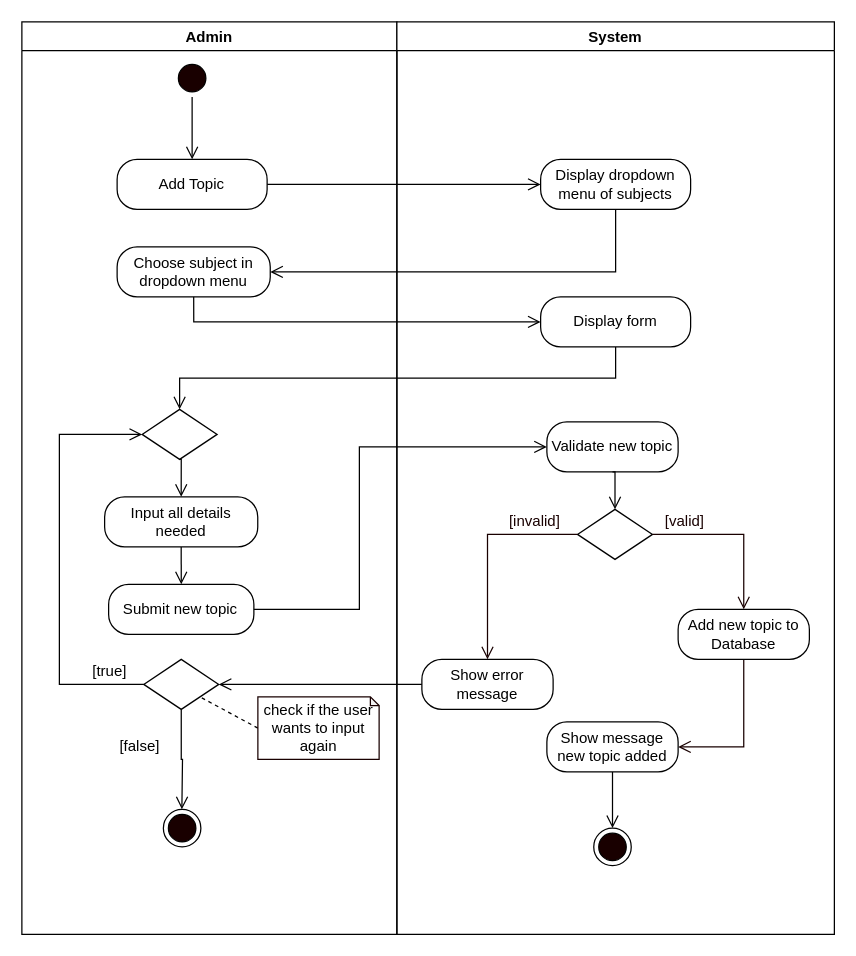
Above: page "Add Topic" (4 of 11) of REVISIONS/UML-DIAGRAMS/6-9-2021/ACTIVITY DIAGRAM/ACTIVITY DIAGRAM2.drawio in mrklglsn/CAPSTONE-FILES (draw.io), before the change. Source tidied: cells renumbered, new cells numbered last; positions are measured from the earlier drawing's top-left corner, leaving out a move shared by most shapes. Both pictures are drawn from the tidied source at 125%, with x=0, y=0 at pixel (21, 21).
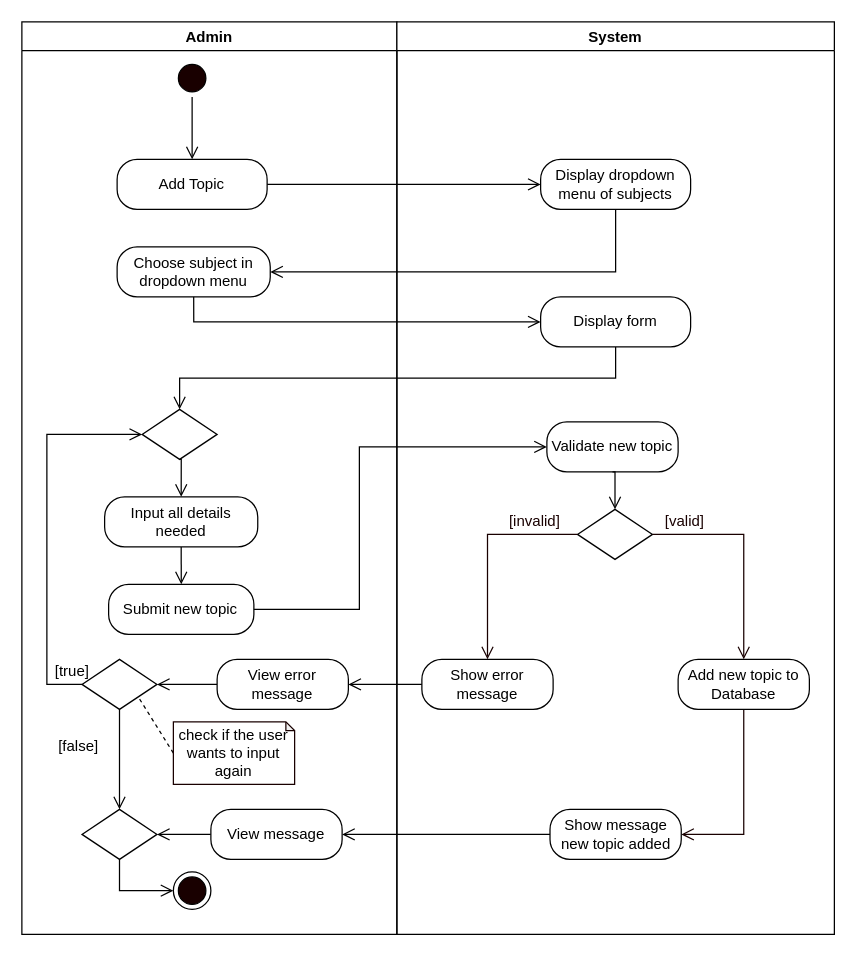
The same page after the edit.

Unchanged cells that the change refers to:
```xml
<mxCell id="2" value="Admin" style="swimlane;startSize=23;" parent="1" vertex="1">
  <mxGeometry width="300" height="730" as="geometry" />
</mxCell>
<mxCell id="10" style="rhombus;whiteSpace=wrap;html=1;" parent="2" vertex="1">
  <mxGeometry x="96.2" y="310" width="60" height="40" as="geometry" />
</mxCell>
<mxCell id="20" value="System" style="swimlane;" parent="1" vertex="1">
  <mxGeometry x="300" width="350" height="730" as="geometry" />
</mxCell>
<mxCell id="26" value="Show error message" style="rounded=1;whiteSpace=wrap;html=1;arcSize=40;" parent="20" vertex="1">
  <mxGeometry x="20" y="510" width="105" height="40" as="geometry" />
</mxCell>
```

What changed in the source:
```diff
@@
     <mxCell id="11" style="edgeStyle=orthogonalEdgeStyle;rounded=0;jettySize=auto;html=1;exitX=0;exitY=0.5;exitDx=0;exitDy=0;entryX=0;entryY=0.5;entryDx=0;entryDy=0;endArrow=open;endFill=0;endSize=8;" parent="2" edge="1" source="13" target="10">
       <mxGeometry relative="1" as="geometry">
         <Array as="points">
-          <mxPoint x="30" y="530" />
-          <mxPoint x="30" y="330" />
+          <mxPoint x="20" y="530" />
+          <mxPoint x="20" y="330" />
         </Array>
       </mxGeometry>
     </mxCell>
-    <mxCell id="12" style="edgeStyle=orthogonalEdgeStyle;rounded=0;jettySize=auto;html=1;exitX=0.5;exitY=1;exitDx=0;exitDy=0;endArrow=open;endFill=0;endSize=8;startArrow=none;" parent="2" edge="1" source="13">
-      <mxGeometry relative="1" as="geometry">
-        <mxPoint x="128" y="630" as="targetPoint" />
-      </mxGeometry>
+    <mxCell id="12" style="edgeStyle=orthogonalEdgeStyle;rounded=0;jettySize=auto;html=1;exitX=0.5;exitY=1;exitDx=0;exitDy=0;endArrow=open;endFill=0;endSize=8;startArrow=none;entryX=0.5;entryY=0;entryDx=0;entryDy=0;" parent="2" edge="1" source="13" target="47">
+      <mxGeometry relative="1" as="geometry" />
     </mxCell>
     <mxCell id="13" style="rhombus;whiteSpace=wrap;html=1;" parent="2" vertex="1">
-      <mxGeometry x="97.5" y="510" width="60" height="40" as="geometry" />
+      <mxGeometry x="48.1" y="510" width="60" height="40" as="geometry" />
     </mxCell>
     <mxCell id="14" value="[true]" style="text;html=1;align=center;verticalAlign=middle;strokeColor=none;" parent="2" vertex="1">
-      <mxGeometry x="50" y="510" width="40" height="20" as="geometry" />
+      <mxGeometry x="20" y="510" width="40" height="20" as="geometry" />
     </mxCell>
@@
     <mxCell id="16" value="check if the user wants to input again" style="shape=note;whiteSpace=wrap;html=1;backgroundOutline=1;darkOpacity=0.05;strokeColor=#190000;size=7;" parent="2" vertex="1">
-      <mxGeometry x="188.8" y="540" width="97" height="50" as="geometry" />
+      <mxGeometry x="121.2" y="560" width="97" height="50" as="geometry" />
     </mxCell>
     <mxCell id="17" value="[false]" style="text;html=1;align=center;verticalAlign=middle;strokeColor=none;" parent="2" vertex="1">
-      <mxGeometry x="69.4" y="570" width="50" height="20" as="geometry" />
+      <mxGeometry x="20" y="570" width="50" height="20" as="geometry" />
     </mxCell>
     <mxCell id="18" style="ellipse;html=1;shape=endState;fillColor=#190000;" parent="2" vertex="1">
-      <mxGeometry x="113.2" y="630" width="30" height="30" as="geometry" />
+      <mxGeometry x="121.2" y="680" width="30" height="30" as="geometry" />
     </mxCell>
@@
+    <mxCell id="42" style="edgeStyle=orthogonalEdgeStyle;rounded=0;jettySize=auto;html=1;exitX=0;exitY=0.5;exitDx=0;exitDy=0;endArrow=open;endFill=0;endSize=8;" parent="2" edge="1" source="43" target="13">
+      <mxGeometry relative="1" as="geometry" />
+    </mxCell>
+    <mxCell id="43" value="View error message" style="rounded=1;whiteSpace=wrap;html=1;arcSize=40;" parent="2" vertex="1">
+      <mxGeometry x="156.2" y="510" width="105" height="40" as="geometry" />
+    </mxCell>
+    <mxCell id="44" style="edgeStyle=orthogonalEdgeStyle;rounded=0;jettySize=auto;html=1;exitX=0;exitY=0.5;exitDx=0;exitDy=0;endArrow=open;endFill=0;endSize=8;" parent="2" edge="1" source="45" target="47">
+      <mxGeometry relative="1" as="geometry" />
+    </mxCell>
+    <mxCell id="45" value="View message" style="rounded=1;whiteSpace=wrap;html=1;arcSize=40;" parent="2" vertex="1">
+      <mxGeometry x="151.2" y="630" width="105" height="40" as="geometry" />
+    </mxCell>
+    <mxCell id="46" style="edgeStyle=orthogonalEdgeStyle;rounded=0;jettySize=auto;html=1;exitX=0.5;exitY=1;exitDx=0;exitDy=0;entryX=0;entryY=0.5;entryDx=0;entryDy=0;endArrow=open;endFill=0;endSize=8;" parent="2" edge="1" source="47" target="18">
+      <mxGeometry relative="1" as="geometry" />
+    </mxCell>
+    <mxCell id="47" style="rhombus;whiteSpace=wrap;html=1;" parent="2" vertex="1">
+      <mxGeometry x="48.1" y="630" width="60" height="40" as="geometry" />
+    </mxCell>
@@
     <mxCell id="28" value="Add new topic to Database" style="rounded=1;whiteSpace=wrap;html=1;arcSize=40;" parent="20" vertex="1">
-      <mxGeometry x="225" y="470" width="105" height="40" as="geometry" />
+      <mxGeometry x="225" y="510" width="105" height="40" as="geometry" />
     </mxCell>
@@
-    <mxCell id="31" style="edgeStyle=orthogonalEdgeStyle;rounded=0;jettySize=auto;html=1;exitX=0.5;exitY=1;exitDx=0;exitDy=0;entryX=0.5;entryY=0;entryDx=0;entryDy=0;endArrow=open;endFill=0;endSize=8;" parent="20" edge="1" source="32" target="34">
-      <mxGeometry relative="1" as="geometry" />
-    </mxCell>
     <mxCell id="32" value="Show message new topic added" style="rounded=1;whiteSpace=wrap;html=1;arcSize=40;" parent="20" vertex="1">
-      <mxGeometry x="120" y="560" width="105" height="40" as="geometry" />
+      <mxGeometry x="122.5" y="630" width="105" height="40" as="geometry" />
     </mxCell>
@@
-    <mxCell id="34" style="ellipse;html=1;shape=endState;fillColor=#190000;" parent="20" vertex="1">
-      <mxGeometry x="157.5" y="645" width="30" height="30" as="geometry" />
-    </mxCell>
@@
-    <mxCell id="39" style="edgeStyle=orthogonalEdgeStyle;rounded=0;jettySize=auto;html=1;exitX=0;exitY=0.5;exitDx=0;exitDy=0;entryX=1;entryY=0.5;entryDx=0;entryDy=0;endArrow=open;endFill=0;endSize=8;" parent="1" edge="1" source="26" target="13">
-      <mxGeometry relative="1" as="geometry" />
-    </mxCell>
@@
+    <mxCell id="48" style="edgeStyle=orthogonalEdgeStyle;rounded=0;jettySize=auto;html=1;exitX=0;exitY=0.5;exitDx=0;exitDy=0;endArrow=open;endFill=0;endSize=8;" parent="1" edge="1" source="26" target="43">
+      <mxGeometry relative="1" as="geometry" />
+    </mxCell>
+    <mxCell id="49" style="edgeStyle=orthogonalEdgeStyle;rounded=0;jettySize=auto;html=1;exitX=0;exitY=0.5;exitDx=0;exitDy=0;endArrow=open;endFill=0;endSize=8;entryX=1;entryY=0.5;entryDx=0;entryDy=0;" parent="1" edge="1" source="32" target="45">
+      <mxGeometry relative="1" as="geometry" />
+    </mxCell>
```
